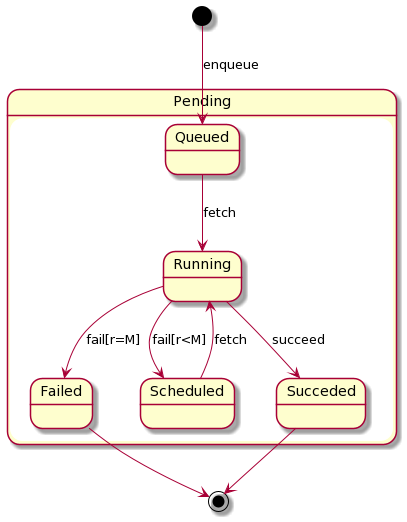
Above: docs/manuals/rsrc/queue-state.png in orchestracities/ngsi-timeseries-api (PlantUML), before the change. Source of this version:
```plantuml
@startuml
state Pending {
  Queued --> Running: fetch
  Running --> Scheduled: fail[r<M]
  Scheduled --> Running: fetch
  Running --> Failed: fail[r=M]
  Running --> Succeded: succeed
}
[*] --> Queued: enqueue
Succeded --> [*]
Failed --> [*]
@enduml
```
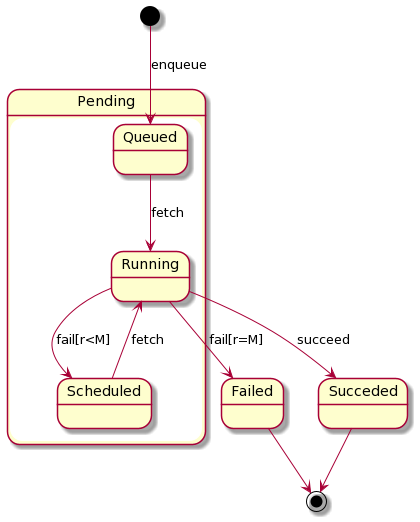
After the change.

What changed in the source:
```diff
@@ -3,9 +3,10 @@
   Queued --> Running: fetch
   Running --> Scheduled: fail[r<M]
   Scheduled --> Running: fetch
+
+}
   Running --> Failed: fail[r=M]
   Running --> Succeded: succeed
-}
 [*] --> Queued: enqueue
 Succeded --> [*]
 Failed --> [*]
```
